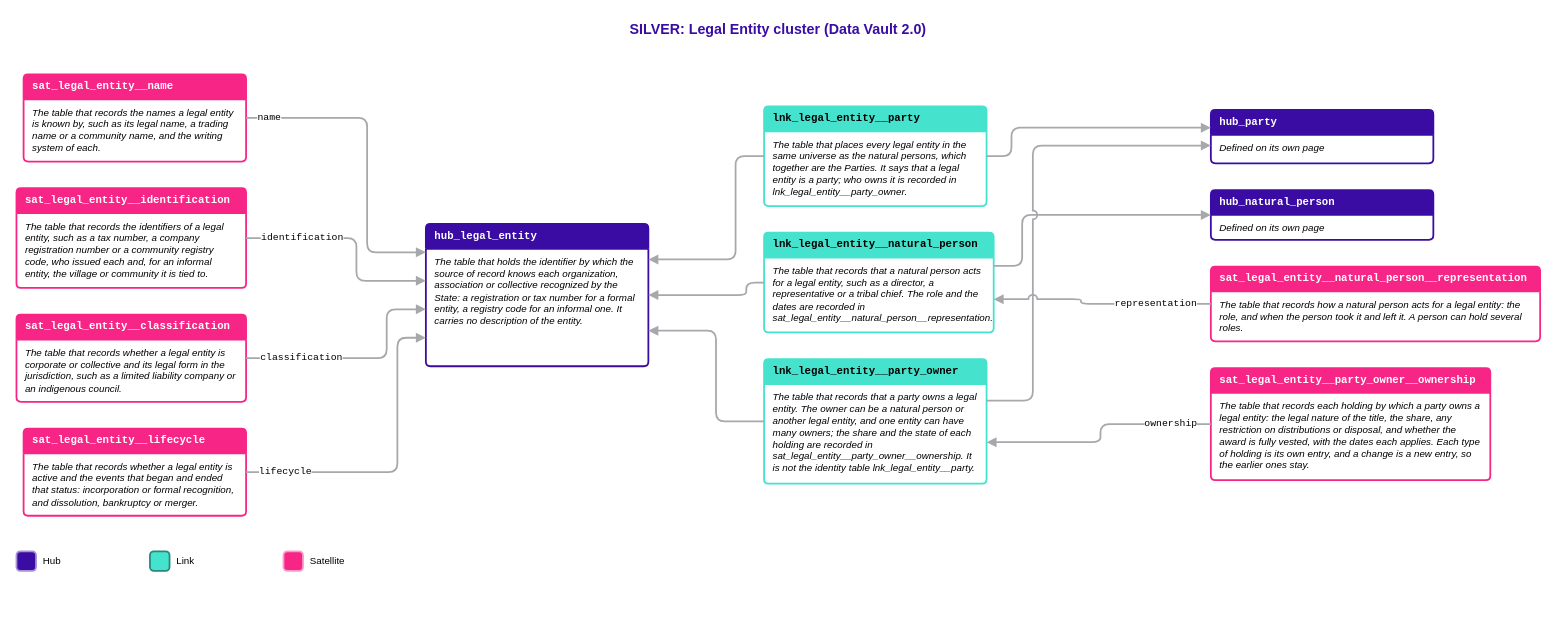
luisruizML/documents keeps this draw.io diagram as Rosetta/Business_Objects/drawio/Diagrams_Legal_Entity_Simplified.drawio. Above is the earlier version. Source tidied: cells renumbered, new cells numbered last; positions are measured from the earlier drawing's top-left corner, leaving out a move shared by most shapes. Both pictures are drawn from the tidied source at 89%, with x=0, y=0 at pixel (16, 15).
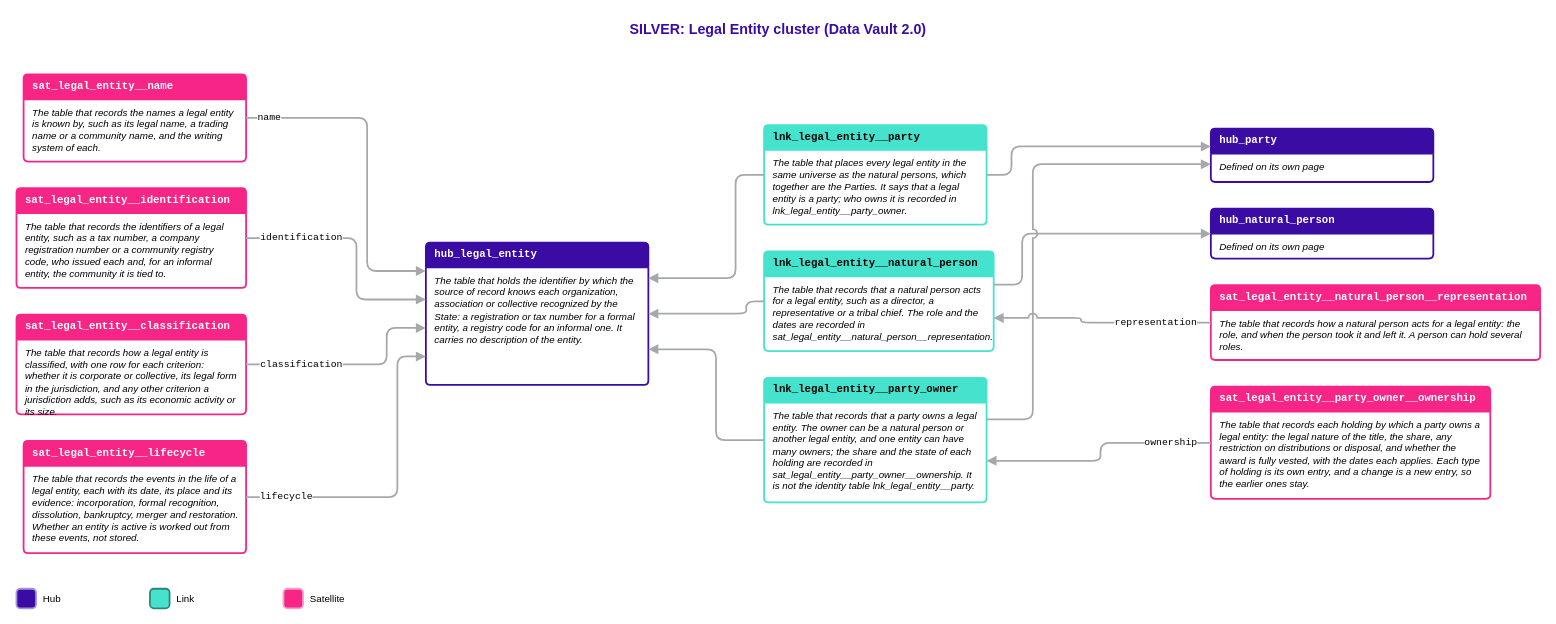
After the change.

The change refers to these unchanged cells:
```xml
<mxCell id="11" value="sat_legal_entity__name" style="swimlane;html=1;whiteSpace=wrap;rounded=1;arcSize=6;startSize=28;fillColor=#F72586;swimlaneFillColor=#FFFFFF;strokeColor=#F72586;strokeWidth=2;fontFamily=Courier New;fontSize=12;fontStyle=1;fontColor=#FFFFFF;align=left;spacingLeft=8;" parent="1" vertex="1">
  <mxGeometry x="8" y="66" width="250" height="98" as="geometry" />
</mxCell>
<mxCell id="13" value="sat_legal_entity__identification" style="swimlane;html=1;whiteSpace=wrap;rounded=1;arcSize=6;startSize=28;fillColor=#F72586;swimlaneFillColor=#FFFFFF;strokeColor=#F72586;strokeWidth=2;fontFamily=Courier New;fontSize=12;fontStyle=1;fontColor=#FFFFFF;align=left;spacingLeft=8;" parent="1" vertex="1">
  <mxGeometry y="194" width="258" height="112" as="geometry" />
</mxCell>
```

What changed in the source:
```diff
@@
     <mxCell id="3" value="hub_legal_entity" style="swimlane;html=1;whiteSpace=wrap;rounded=1;arcSize=6;startSize=28;fillColor=#3A0CA3;swimlaneFillColor=#FFFFFF;strokeColor=#3A0CA3;strokeWidth=2;fontFamily=Courier New;fontSize=12;fontStyle=1;fontColor=#FFFFFF;align=left;spacingLeft=8;" parent="1" vertex="1">
-      <mxGeometry x="460" y="234" width="250" height="160" as="geometry" />
+      <mxGeometry x="460" y="255" width="250" height="160" as="geometry" />
     </mxCell>
@@
     <mxCell id="5" value="lnk_legal_entity__party" style="swimlane;html=1;whiteSpace=wrap;rounded=1;arcSize=6;startSize=28;fillColor=#45E3CD;swimlaneFillColor=#FFFFFF;strokeColor=#45E3CD;strokeWidth=2;fontFamily=Courier New;fontSize=12;fontStyle=1;fontColor=#000000;align=left;spacingLeft=8;" parent="1" vertex="1">
-      <mxGeometry x="840" y="102" width="250" height="112" as="geometry" />
+      <mxGeometry x="840" y="123" width="250" height="112" as="geometry" />
     </mxCell>
@@
     <mxCell id="7" value="lnk_legal_entity__natural_person" style="swimlane;html=1;whiteSpace=wrap;rounded=1;arcSize=6;startSize=28;fillColor=#45E3CD;swimlaneFillColor=#FFFFFF;strokeColor=#45E3CD;strokeWidth=2;fontFamily=Courier New;fontSize=12;fontStyle=1;fontColor=#000000;align=left;spacingLeft=8;" parent="1" vertex="1">
-      <mxGeometry x="840" y="244" width="258" height="112" as="geometry" />
+      <mxGeometry x="840" y="265" width="258" height="112" as="geometry" />
     </mxCell>
@@
     <mxCell id="9" value="lnk_legal_entity__party_owner" style="swimlane;html=1;whiteSpace=wrap;rounded=1;arcSize=6;startSize=28;fillColor=#45E3CD;swimlaneFillColor=#FFFFFF;strokeColor=#45E3CD;strokeWidth=2;fontFamily=Courier New;fontSize=12;fontStyle=1;fontColor=#000000;align=left;spacingLeft=8;" parent="1" vertex="1">
-      <mxGeometry x="840" y="386" width="250" height="140" as="geometry" />
+      <mxGeometry x="840" y="407" width="250" height="140" as="geometry" />
     </mxCell>
@@
-    <mxCell id="14" value="The table that records the identifiers of a legal entity, such as a tax number, a company registration number or a community registry code, who issued each and, for an informal entity, the village or community it is tied to." style="text;html=1;whiteSpace=wrap;align=left;verticalAlign=top;fontFamily=Arial;fontSize=11;fontStyle=2;fontColor=#000000;spacingLeft=8;spacingRight=8;" parent="13" vertex="1">
+    <mxCell id="14" value="The table that records the identifiers of a legal entity, such as a tax number, a company registration number or a community registry code, who issued each and, for an informal entity, the community it is tied to." style="text;html=1;whiteSpace=wrap;align=left;verticalAlign=top;fontFamily=Arial;fontSize=11;fontStyle=2;fontColor=#000000;spacingLeft=8;spacingRight=8;" parent="13" vertex="1">
       <mxGeometry y="30" width="258" height="76" as="geometry" />
     </mxCell>
     <mxCell id="15" value="sat_legal_entity__classification" style="swimlane;html=1;whiteSpace=wrap;rounded=1;arcSize=6;startSize=28;fillColor=#F72586;swimlaneFillColor=#FFFFFF;strokeColor=#F72586;strokeWidth=2;fontFamily=Courier New;fontSize=12;fontStyle=1;fontColor=#FFFFFF;align=left;spacingLeft=8;" parent="1" vertex="1">
-      <mxGeometry y="336" width="258" height="98" as="geometry" />
+      <mxGeometry y="336" width="258" height="112" as="geometry" />
     </mxCell>
-    <mxCell id="16" value="The table that records whether a legal entity is corporate or collective and its legal form in the jurisdiction, such as a limited liability company or an indigenous council." style="text;html=1;whiteSpace=wrap;align=left;verticalAlign=top;fontFamily=Arial;fontSize=11;fontStyle=2;fontColor=#000000;spacingLeft=8;spacingRight=8;" parent="15" vertex="1">
-      <mxGeometry y="30" width="258" height="62" as="geometry" />
+    <mxCell id="16" value="The table that records how a legal entity is classified, with one row for each criterion: whether it is corporate or collective, its legal form in the jurisdiction, and any other criterion a jurisdiction adds, such as its economic activity or its size." style="text;html=1;whiteSpace=wrap;align=left;verticalAlign=top;fontFamily=Arial;fontSize=11;fontStyle=2;fontColor=#000000;spacingLeft=8;spacingRight=8;" parent="15" vertex="1">
+      <mxGeometry y="30" width="258" height="76" as="geometry" />
     </mxCell>
     <mxCell id="17" value="sat_legal_entity__lifecycle" style="swimlane;html=1;whiteSpace=wrap;rounded=1;arcSize=6;startSize=28;fillColor=#F72586;swimlaneFillColor=#FFFFFF;strokeColor=#F72586;strokeWidth=2;fontFamily=Courier New;fontSize=12;fontStyle=1;fontColor=#FFFFFF;align=left;spacingLeft=8;" parent="1" vertex="1">
-      <mxGeometry x="8" y="464" width="250" height="98" as="geometry" />
+      <mxGeometry x="8" y="478" width="250" height="126" as="geometry" />
     </mxCell>
-    <mxCell id="18" value="The table that records whether a legal entity is active and the events that began and ended that status: incorporation or formal recognition, and dissolution, bankruptcy or merger." style="text;html=1;whiteSpace=wrap;align=left;verticalAlign=top;fontFamily=Arial;fontSize=11;fontStyle=2;fontColor=#000000;spacingLeft=8;spacingRight=8;" parent="17" vertex="1">
-      <mxGeometry y="30" width="250" height="62" as="geometry" />
+    <mxCell id="18" value="The table that records the events in the life of a legal entity, each with its date, its place and its evidence: incorporation, formal recognition, dissolution, bankruptcy, merger and restoration. Whether an entity is active is worked out from these events, not stored." style="text;html=1;whiteSpace=wrap;align=left;verticalAlign=top;fontFamily=Arial;fontSize=11;fontStyle=2;fontColor=#000000;spacingLeft=8;spacingRight=8;" parent="17" vertex="1">
+      <mxGeometry y="30" width="250" height="90" as="geometry" />
     </mxCell>
     <mxCell id="19" value="sat_legal_entity__natural_person__representation" style="swimlane;html=1;whiteSpace=wrap;rounded=1;arcSize=6;startSize=28;fillColor=#F72586;swimlaneFillColor=#FFFFFF;strokeColor=#F72586;strokeWidth=2;fontFamily=Courier New;fontSize=12;fontStyle=1;fontColor=#FFFFFF;align=left;spacingLeft=8;" parent="1" vertex="1">
-      <mxGeometry x="1342" y="282" width="370" height="84" as="geometry" />
+      <mxGeometry x="1342" y="303" width="370" height="84" as="geometry" />
     </mxCell>
@@
     <mxCell id="21" value="sat_legal_entity__party_owner__ownership" style="swimlane;html=1;whiteSpace=wrap;rounded=1;arcSize=6;startSize=28;fillColor=#F72586;swimlaneFillColor=#FFFFFF;strokeColor=#F72586;strokeWidth=2;fontFamily=Courier New;fontSize=12;fontStyle=1;fontColor=#FFFFFF;align=left;spacingLeft=8;" parent="1" vertex="1">
-      <mxGeometry x="1342" y="396" width="314" height="126" as="geometry" />
+      <mxGeometry x="1342" y="417" width="314" height="126" as="geometry" />
     </mxCell>
@@
     <mxCell id="23" value="hub_party" style="swimlane;html=1;whiteSpace=wrap;rounded=1;arcSize=6;startSize=28;fillColor=#3A0CA3;swimlaneFillColor=#FFFFFF;strokeColor=#3A0CA3;strokeWidth=2;fontFamily=Courier New;fontSize=12;fontStyle=1;fontColor=#FFFFFF;align=left;spacingLeft=8;" parent="1" vertex="1">
-      <mxGeometry x="1342" y="106" width="250" height="60" as="geometry" />
+      <mxGeometry x="1342" y="127" width="250" height="60" as="geometry" />
     </mxCell>
@@
     <mxCell id="25" value="hub_natural_person" style="swimlane;html=1;whiteSpace=wrap;rounded=1;arcSize=6;startSize=28;fillColor=#3A0CA3;swimlaneFillColor=#FFFFFF;strokeColor=#3A0CA3;strokeWidth=2;fontFamily=Courier New;fontSize=12;fontStyle=1;fontColor=#FFFFFF;align=left;spacingLeft=8;" parent="1" vertex="1">
-      <mxGeometry x="1342" y="196" width="250" height="56" as="geometry" />
+      <mxGeometry x="1342" y="217" width="250" height="56" as="geometry" />
     </mxCell>
@@
     <mxCell id="27" style="edgeStyle=orthogonalEdgeStyle;rounded=1;jumpStyle=arc;jumpSize=8;html=1;strokeColor=#A6A8AB;strokeWidth=2;endArrow=block;endFill=1;exitX=0;exitY=0.5;exitDx=0;exitDy=0;entryX=1;entryY=0.25;entryDx=0;entryDy=0;labelBackgroundColor=#FFFFFF;fontFamily=Courier New;fontSize=11;fontColor=#000000;" parent="1" edge="1" source="5" target="3">
       <mxGeometry x="-0.92" relative="1" as="geometry">
         <Array as="points">
-          <mxPoint x="808" y="158" />
-          <mxPoint x="808" y="274" />
+          <mxPoint x="808" y="179" />
+          <mxPoint x="808" y="295" />
         </Array>
       </mxGeometry>
     </mxCell>
     <mxCell id="28" style="edgeStyle=orthogonalEdgeStyle;rounded=1;jumpStyle=arc;jumpSize=8;html=1;strokeColor=#A6A8AB;strokeWidth=2;endArrow=block;endFill=1;exitX=1;exitY=0.5;exitDx=0;exitDy=0;entryX=0;entryY=0.3333;entryDx=0;entryDy=0;labelBackgroundColor=#FFFFFF;fontFamily=Courier New;fontSize=11;fontColor=#000000;" parent="1" edge="1" source="5" target="23">
       <mxGeometry x="-0.93" relative="1" as="geometry">
         <Array as="points">
-          <mxPoint x="1118" y="158" />
-          <mxPoint x="1118" y="126" />
+          <mxPoint x="1118" y="179" />
+          <mxPoint x="1118" y="147" />
         </Array>
       </mxGeometry>
     </mxCell>
     <mxCell id="29" style="edgeStyle=orthogonalEdgeStyle;rounded=1;jumpStyle=arc;jumpSize=8;html=1;strokeColor=#A6A8AB;strokeWidth=2;endArrow=block;endFill=1;exitX=0;exitY=0.5;exitDx=0;exitDy=0;entryX=1;entryY=0.5;entryDx=0;entryDy=0;labelBackgroundColor=#FFFFFF;fontFamily=Courier New;fontSize=11;fontColor=#000000;" parent="1" edge="1" source="7" target="3">
       <mxGeometry x="-0.86" relative="1" as="geometry">
         <Array as="points">
-          <mxPoint x="820" y="300" />
-          <mxPoint x="820" y="314" />
+          <mxPoint x="820" y="321" />
+          <mxPoint x="820" y="335" />
         </Array>
       </mxGeometry>
     </mxCell>
     <mxCell id="30" style="edgeStyle=orthogonalEdgeStyle;rounded=1;jumpStyle=arc;jumpSize=8;html=1;strokeColor=#A6A8AB;strokeWidth=2;endArrow=block;endFill=1;exitX=1;exitY=0.3333;exitDx=0;exitDy=0;entryX=0;entryY=0.5;entryDx=0;entryDy=0;labelBackgroundColor=#FFFFFF;fontFamily=Courier New;fontSize=11;fontColor=#000000;" parent="1" edge="1" source="7" target="25">
       <mxGeometry x="-0.93" relative="1" as="geometry">
         <Array as="points">
-          <mxPoint x="1130" y="281.3" />
-          <mxPoint x="1130" y="224" />
+          <mxPoint x="1130" y="302.3" />
+          <mxPoint x="1130" y="245" />
         </Array>
       </mxGeometry>
     </mxCell>
     <mxCell id="31" style="edgeStyle=orthogonalEdgeStyle;rounded=1;jumpStyle=arc;jumpSize=8;html=1;strokeColor=#A6A8AB;strokeWidth=2;endArrow=block;endFill=1;exitX=0;exitY=0.5;exitDx=0;exitDy=0;entryX=1;entryY=0.75;entryDx=0;entryDy=0;labelBackgroundColor=#FFFFFF;fontFamily=Courier New;fontSize=11;fontColor=#000000;" parent="1" edge="1" source="9" target="3">
       <mxGeometry x="-0.91" relative="1" as="geometry">
         <Array as="points">
-          <mxPoint x="786" y="456" />
-          <mxPoint x="786" y="354" />
+          <mxPoint x="786" y="477" />
+          <mxPoint x="786" y="375" />
         </Array>
       </mxGeometry>
     </mxCell>
     <mxCell id="32" style="edgeStyle=orthogonalEdgeStyle;rounded=1;jumpStyle=arc;jumpSize=8;html=1;strokeColor=#A6A8AB;strokeWidth=2;endArrow=block;endFill=1;exitX=1;exitY=0.3333;exitDx=0;exitDy=0;entryX=0;entryY=0.6667;entryDx=0;entryDy=0;labelBackgroundColor=#FFFFFF;fontFamily=Courier New;fontSize=11;fontColor=#000000;" parent="1" edge="1" source="9" target="23">
       <mxGeometry x="-0.96" relative="1" as="geometry">
         <Array as="points">
-          <mxPoint x="1142" y="432.7" />
-          <mxPoint x="1142" y="146" />
+          <mxPoint x="1142" y="453.7" />
+          <mxPoint x="1142" y="167" />
         </Array>
       </mxGeometry>
     </mxCell>
     <mxCell id="33" value="name" style="edgeStyle=orthogonalEdgeStyle;rounded=1;jumpStyle=arc;jumpSize=8;html=1;strokeColor=#A6A8AB;strokeWidth=2;endArrow=block;endFill=1;exitX=1;exitY=0.5;exitDx=0;exitDy=0;entryX=0;entryY=0.2;entryDx=0;entryDy=0;labelBackgroundColor=#FFFFFF;fontFamily=Courier New;fontSize=11;fontColor=#000000;" parent="1" edge="1" source="11" target="3">
-      <mxGeometry x="-0.85" relative="1" as="geometry">
+      <mxGeometry x="-0.86" relative="1" as="geometry">
         <Array as="points">
           <mxPoint x="394" y="115" />
-          <mxPoint x="394" y="266" />
+          <mxPoint x="394" y="287" />
         </Array>
       </mxGeometry>
     </mxCell>
     <mxCell id="34" value="identification" style="edgeStyle=orthogonalEdgeStyle;rounded=1;jumpStyle=arc;jumpSize=8;html=1;strokeColor=#A6A8AB;strokeWidth=2;endArrow=block;endFill=1;exitX=1;exitY=0.5;exitDx=0;exitDy=0;entryX=0;entryY=0.4;entryDx=0;entryDy=0;labelBackgroundColor=#FFFFFF;fontFamily=Courier New;fontSize=11;fontColor=#000000;" parent="1" edge="1" source="13" target="3">
-      <mxGeometry x="-0.5" relative="1" as="geometry">
+      <mxGeometry x="-0.54" relative="1" as="geometry">
         <Array as="points">
           <mxPoint x="382" y="250" />
-          <mxPoint x="382" y="298" />
+          <mxPoint x="382" y="319" />
         </Array>
       </mxGeometry>
     </mxCell>
     <mxCell id="35" value="classification" style="edgeStyle=orthogonalEdgeStyle;rounded=1;jumpStyle=arc;jumpSize=8;html=1;strokeColor=#A6A8AB;strokeWidth=2;endArrow=block;endFill=1;exitX=1;exitY=0.5;exitDx=0;exitDy=0;entryX=0;entryY=0.6;entryDx=0;entryDy=0;labelBackgroundColor=#FFFFFF;fontFamily=Courier New;fontSize=11;fontColor=#000000;" parent="1" edge="1" source="15" target="3">
-      <mxGeometry x="-0.52" relative="1" as="geometry">
+      <mxGeometry x="-0.49" relative="1" as="geometry">
         <Array as="points">
-          <mxPoint x="416" y="385" />
-          <mxPoint x="416" y="330" />
+          <mxPoint x="416" y="392" />
+          <mxPoint x="416" y="351" />
         </Array>
       </mxGeometry>
     </mxCell>
     <mxCell id="36" value="lifecycle" style="edgeStyle=orthogonalEdgeStyle;rounded=1;jumpStyle=arc;jumpSize=8;html=1;strokeColor=#A6A8AB;strokeWidth=2;endArrow=block;endFill=1;exitX=1;exitY=0.5;exitDx=0;exitDy=0;entryX=0;entryY=0.8;entryDx=0;entryDy=0;labelBackgroundColor=#FFFFFF;fontFamily=Courier New;fontSize=11;fontColor=#000000;" parent="1" edge="1" source="17" target="3">
       <mxGeometry x="-0.75" relative="1" as="geometry">
         <Array as="points">
-          <mxPoint x="428" y="513" />
-          <mxPoint x="428" y="362" />
+          <mxPoint x="428" y="541" />
+          <mxPoint x="428" y="383" />
         </Array>
       </mxGeometry>
     </mxCell>
     <mxCell id="37" value="representation" style="edgeStyle=orthogonalEdgeStyle;rounded=1;jumpStyle=arc;jumpSize=8;html=1;strokeColor=#A6A8AB;strokeWidth=2;endArrow=block;endFill=1;exitX=0;exitY=0.5;exitDx=0;exitDy=0;entryX=1;entryY=0.6667;entryDx=0;entryDy=0;labelBackgroundColor=#FFFFFF;fontFamily=Courier New;fontSize=11;fontColor=#000000;" parent="1" edge="1" source="19" target="7">
       <mxGeometry x="-0.5" relative="1" as="geometry">
         <Array as="points">
-          <mxPoint x="1196" y="324" />
-          <mxPoint x="1196" y="318.7" />
+          <mxPoint x="1196" y="345" />
+          <mxPoint x="1196" y="339.7" />
         </Array>
       </mxGeometry>
     </mxCell>
     <mxCell id="38" value="ownership" style="edgeStyle=orthogonalEdgeStyle;rounded=1;jumpStyle=arc;jumpSize=8;html=1;strokeColor=#A6A8AB;strokeWidth=2;endArrow=block;endFill=1;exitX=0;exitY=0.5;exitDx=0;exitDy=0;entryX=1;entryY=0.6667;entryDx=0;entryDy=0;labelBackgroundColor=#FFFFFF;fontFamily=Courier New;fontSize=11;fontColor=#000000;" parent="1" edge="1" source="21" target="9">
       <mxGeometry x="-0.67" relative="1" as="geometry">
         <Array as="points">
-          <mxPoint x="1218" y="459" />
-          <mxPoint x="1218" y="479.3" />
+          <mxPoint x="1218" y="480" />
+          <mxPoint x="1218" y="500.3" />
         </Array>
       </mxGeometry>
     </mxCell>
     <mxCell id="39" style="rounded=1;arcSize=20;fillColor=#3A0CA3;strokeColor=#A692D6;strokeWidth=2;" parent="1" vertex="1">
-      <mxGeometry y="602" width="22" height="22" as="geometry" />
+      <mxGeometry y="644" width="22" height="22" as="geometry" />
     </mxCell>
     <mxCell id="40" value="Hub" style="text;html=1;align=left;verticalAlign=middle;fontFamily=Arial;fontSize=11;fontColor=#000000;" parent="1" vertex="1">
-      <mxGeometry x="28" y="602" width="110" height="22" as="geometry" />
+      <mxGeometry x="28" y="644" width="110" height="22" as="geometry" />
     </mxCell>
     <mxCell id="41" style="rounded=1;arcSize=20;fillColor=#45E3CD;strokeColor=#29887B;strokeWidth=2;" parent="1" vertex="1">
-      <mxGeometry x="150" y="602" width="22" height="22" as="geometry" />
+      <mxGeometry x="150" y="644" width="22" height="22" as="geometry" />
     </mxCell>
     <mxCell id="42" value="Link" style="text;html=1;align=left;verticalAlign=middle;fontFamily=Arial;fontSize=11;fontColor=#000000;" parent="1" vertex="1">
-      <mxGeometry x="178" y="602" width="110" height="22" as="geometry" />
+      <mxGeometry x="178" y="644" width="110" height="22" as="geometry" />
     </mxCell>
     <mxCell id="43" style="rounded=1;arcSize=20;fillColor=#F72586;strokeColor=#FB9DC9;strokeWidth=2;" parent="1" vertex="1">
-      <mxGeometry x="300" y="602" width="22" height="22" as="geometry" />
+      <mxGeometry x="300" y="644" width="22" height="22" as="geometry" />
     </mxCell>
     <mxCell id="44" value="Satellite" style="text;html=1;align=left;verticalAlign=middle;fontFamily=Arial;fontSize=11;fontColor=#000000;" parent="1" vertex="1">
-      <mxGeometry x="328" y="602" width="110" height="22" as="geometry" />
+      <mxGeometry x="328" y="644" width="110" height="22" as="geometry" />
     </mxCell>
```
